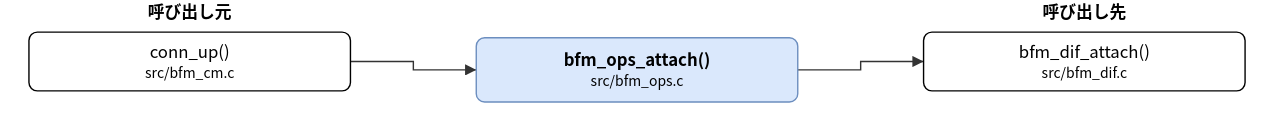
The draw.io diagram doc/spec/images/call_src_bfm_ops-bfm_ops_attach.drawio.svg in hf355051012-ai/bfmem, before a commit. Source tidied: cells renumbered, new cells last; positions are measured from the earlier drawing's top-left corner, leaving out a move shared by most shapes.
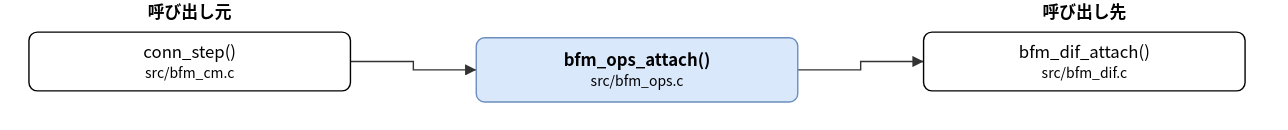
The same diagram one commit later.

What changed in the source:
```diff
@@ -5,7 +5,7 @@
     <mxCell id="2" value="bfm_ops_attach()&lt;br&gt;&lt;font style=&quot;font-size:10px&quot;&gt;src/bfm_ops.c&lt;/font&gt;" style="rounded=1;whiteSpace=wrap;html=1;fillColor=#dae8fc;strokeColor=#6c8ebf;fontStyle=1;" parent="1" vertex="1">
       <mxGeometry x="320" y="27" width="230" height="46" as="geometry" />
     </mxCell>
-    <mxCell id="3" value="conn_up()&lt;br&gt;&lt;font style=&quot;font-size:10px&quot;&gt;src/bfm_cm.c&lt;/font&gt;" style="rounded=1;whiteSpace=wrap;html=1;" parent="1" vertex="1">
+    <mxCell id="3" value="conn_step()&lt;br&gt;&lt;font style=&quot;font-size:10px&quot;&gt;src/bfm_cm.c&lt;/font&gt;" style="rounded=1;whiteSpace=wrap;html=1;" parent="1" vertex="1">
       <mxGeometry y="23" width="230" height="42" as="geometry" />
     </mxCell>
     <mxCell id="4" value="bfm_dif_attach()&lt;br&gt;&lt;font style=&quot;font-size:10px&quot;&gt;src/bfm_dif.c&lt;/font&gt;" style="rounded=1;whiteSpace=wrap;html=1;" parent="1" vertex="1">
```
